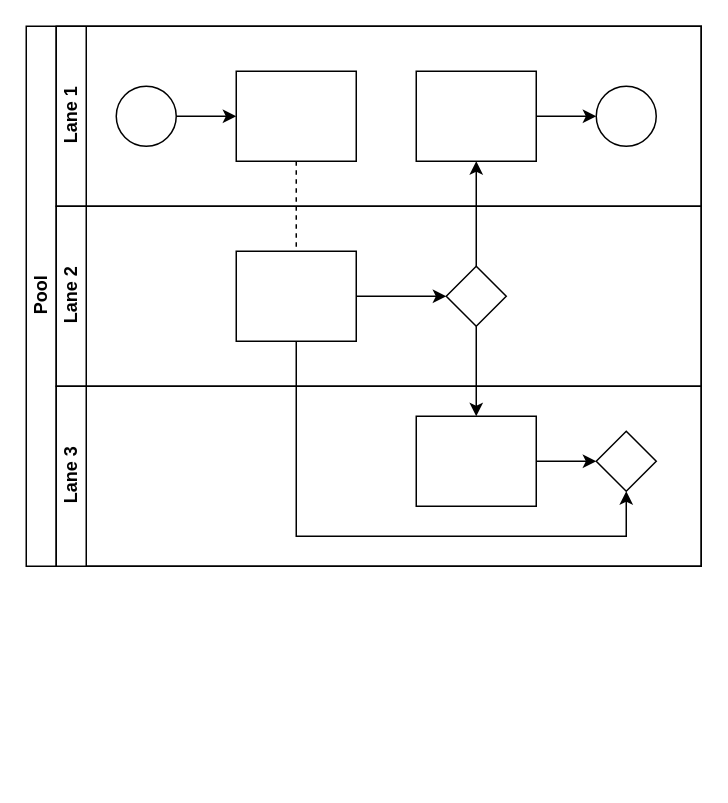
This is 未命名绘图.drawio from 961099916/draw, a draw.io file, before an edit. Source tidied: cells renumbered, new cells numbered last; positions are measured from the earlier drawing's top-left corner, leaving out a move shared by most shapes. Both pictures are drawn from the tidied source at 150%, with x=0, y=0 at pixel (26, 26).
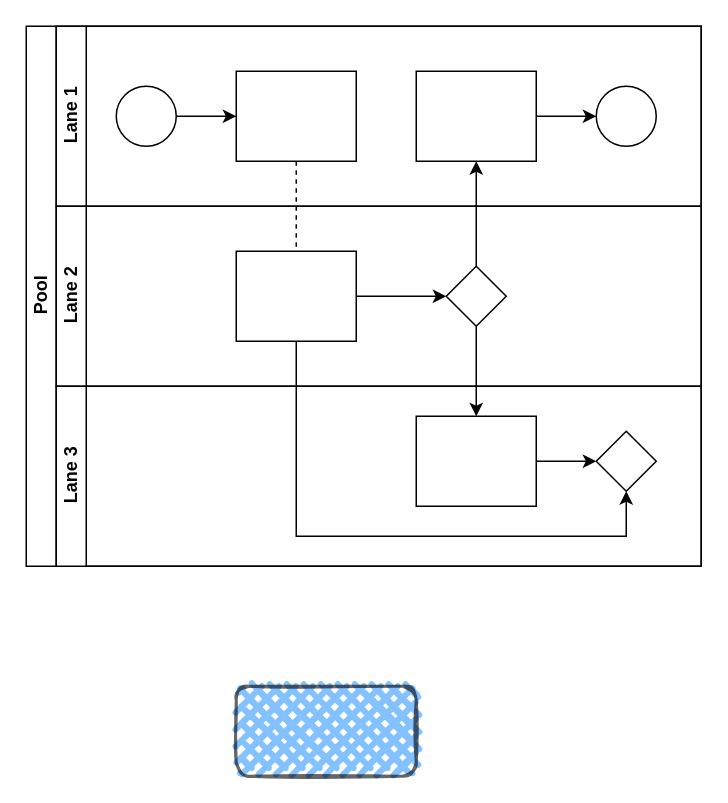
After the change.

Commit message:
更新未命名绘图.drawio

Diff of the diagram source:
```diff
@@
+    <mxCell id="22" style="rounded=1;whiteSpace=wrap;html=1;strokeWidth=2;fillWeight=4;hachureGap=8;hachureAngle=45;fillColor=#3399FF;sketch=1;gradientColor=none;fillStyle=cross-hatch;opacity=60;" parent="1" vertex="1">
+      <mxGeometry x="140" y="440" width="120" height="60" as="geometry" />
+    </mxCell>
```
